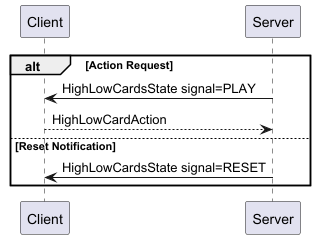
Earlier version of the PlantUML export documentation/simulations/HighLowCards/seq.png (graham-evans/AISandbox-Server).
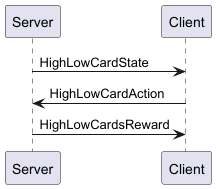
After the commit.

Commit message:
Update to align with standard state->action->reward protocol

Change to the diagram source:
```diff
@@ -1,13 +1,7 @@
 @startuml
 
-alt Action Request
-
-    Client <-Server: HighLowCardsState signal=PLAY
-    Client --> Server: HighLowCardAction
-
-else Reset Notification
-
-    Client <- Server: HighLowCardsState signal=RESET
-end
+Server -> Client : HighLowCardState
+Client -> Server : HighLowCardAction
+Server -> Client : HighLowCardsReward
 
 @enduml
```
